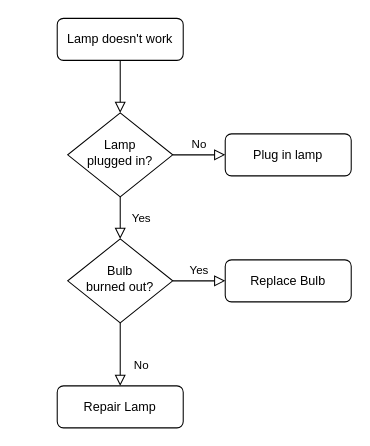
Before: algoritm ear.drawio in Un-ka/beta, a draw.io diagram. Source tidied: cells renumbered, new cells numbered last; positions are measured from the earlier drawing's top-left corner, leaving out a move shared by most shapes. Both pictures are drawn from the tidied source at 105%, with x=0, y=0 at pixel (57, 18).
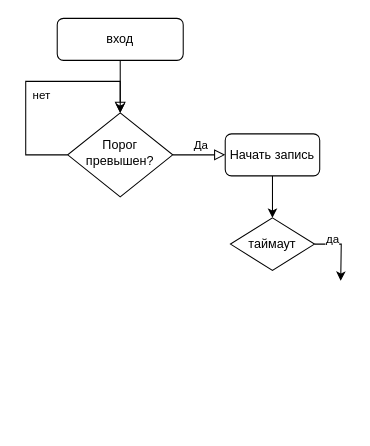
Above is the later version.

Diff of the diagram source:
```diff
@@
 <mxGraphModel>
   <root>
     <mxCell id="0" />
     <mxCell id="1" parent="0" />
     <mxCell id="2" style="rounded=0;html=1;jettySize=auto;fontSize=11;endArrow=block;endFill=0;endSize=8;strokeWidth=1;shadow=0;labelBackgroundColor=none;edgeStyle=orthogonalEdgeStyle;" parent="1" edge="1" source="3" target="6">
       <mxGeometry relative="1" as="geometry" />
     </mxCell>
-    <mxCell id="3" value="Lamp doesn't work" style="rounded=1;whiteSpace=wrap;html=1;fontSize=12;glass=0;strokeWidth=1;shadow=0;" parent="1" vertex="1">
+    <mxCell id="3" value="вход" style="rounded=1;whiteSpace=wrap;html=1;fontSize=12;glass=0;strokeWidth=1;shadow=0;" parent="1" vertex="1">
       <mxGeometry width="120" height="40" as="geometry" />
     </mxCell>
-    <mxCell id="4" value="Yes" style="rounded=0;html=1;jettySize=auto;fontSize=11;endArrow=block;endFill=0;endSize=8;strokeWidth=1;shadow=0;labelBackgroundColor=none;edgeStyle=orthogonalEdgeStyle;" parent="1" edge="1" source="6" target="10">
-      <mxGeometry y="20" relative="1" as="geometry" />
-    </mxCell>
-    <mxCell id="5" value="No" style="edgeStyle=orthogonalEdgeStyle;rounded=0;html=1;jettySize=auto;fontSize=11;endArrow=block;endFill=0;endSize=8;strokeWidth=1;shadow=0;labelBackgroundColor=none;" parent="1" edge="1" source="6" target="7">
-      <mxGeometry y="10" relative="1" as="geometry" />
+    <mxCell id="5" value="Да" style="edgeStyle=orthogonalEdgeStyle;rounded=0;html=1;jettySize=auto;fontSize=11;endArrow=block;endFill=0;endSize=8;strokeWidth=1;shadow=0;labelBackgroundColor=none;verticalAlign=bottom;align=right;" parent="1" edge="1" source="6">
+      <mxGeometry y="10" relative="1" as="geometry">
+        <mxPoint x="160" y="130" as="targetPoint" />
+      </mxGeometry>
     </mxCell>
+    <mxCell id="13" value="нет" style="edgeStyle=orthogonalEdgeStyle;rounded=0;jettySize=auto;html=1;align=left;verticalAlign=top;" parent="1" edge="1" source="6">
+      <mxGeometry relative="1" as="geometry">
+        <mxPoint x="60" y="90" as="targetPoint" />
+        <Array as="points">
+          <mxPoint x="-30" y="130" />
+          <mxPoint x="-30" y="60" />
+          <mxPoint x="60" y="60" />
+        </Array>
+      </mxGeometry>
+    </mxCell>
-    <mxCell id="6" value="Lamp&lt;br&gt;plugged in?" style="rhombus;whiteSpace=wrap;html=1;shadow=0;fontFamily=Helvetica;fontSize=12;align=center;strokeWidth=1;spacing=6;spacingTop=-4;" parent="1" vertex="1">
+    <mxCell id="6" value="Порог превышен?" style="rhombus;whiteSpace=wrap;html=1;shadow=0;fontFamily=Helvetica;fontSize=12;align=center;strokeWidth=1;spacing=6;spacingTop=-4;" parent="1" vertex="1">
       <mxGeometry x="10" y="90" width="100" height="80" as="geometry" />
     </mxCell>
-    <mxCell id="7" value="Plug in lamp" style="rounded=1;whiteSpace=wrap;html=1;fontSize=12;glass=0;strokeWidth=1;shadow=0;" parent="1" vertex="1">
-      <mxGeometry x="160" y="110" width="120" height="40" as="geometry" />
-    </mxCell>
-    <mxCell id="8" value="No" style="rounded=0;html=1;jettySize=auto;fontSize=11;endArrow=block;endFill=0;endSize=8;strokeWidth=1;shadow=0;labelBackgroundColor=none;edgeStyle=orthogonalEdgeStyle;" parent="1" edge="1" source="10" target="11">
-      <mxGeometry x="0.33" y="20" relative="1" as="geometry" />
-    </mxCell>
-    <mxCell id="9" value="Yes" style="edgeStyle=orthogonalEdgeStyle;rounded=0;html=1;jettySize=auto;fontSize=11;endArrow=block;endFill=0;endSize=8;strokeWidth=1;shadow=0;labelBackgroundColor=none;" parent="1" edge="1" source="10" target="12">
-      <mxGeometry y="10" relative="1" as="geometry" />
-    </mxCell>
-    <mxCell id="10" value="Bulb&lt;br&gt;burned out?" style="rhombus;whiteSpace=wrap;html=1;shadow=0;fontFamily=Helvetica;fontSize=12;align=center;strokeWidth=1;spacing=6;spacingTop=-4;" parent="1" vertex="1">
-      <mxGeometry x="10" y="210" width="100" height="80" as="geometry" />
-    </mxCell>
-    <mxCell id="11" value="Repair Lamp" style="rounded=1;whiteSpace=wrap;html=1;fontSize=12;glass=0;strokeWidth=1;shadow=0;" parent="1" vertex="1">
-      <mxGeometry y="350" width="120" height="40" as="geometry" />
-    </mxCell>
-    <mxCell id="12" value="Replace Bulb" style="rounded=1;whiteSpace=wrap;html=1;fontSize=12;glass=0;strokeWidth=1;shadow=0;" parent="1" vertex="1">
-      <mxGeometry x="160" y="230" width="120" height="40" as="geometry" />
-    </mxCell>
+    <mxCell id="14" style="edgeStyle=orthogonalEdgeStyle;rounded=0;jettySize=auto;html=1;" parent="1" edge="1" source="15">
+      <mxGeometry relative="1" as="geometry">
+        <mxPoint x="205" y="190" as="targetPoint" />
+      </mxGeometry>
+    </mxCell>
+    <mxCell id="15" value="Начать запись" style="rounded=1;whiteSpace=wrap;html=1;" parent="1" vertex="1">
+      <mxGeometry x="160" y="110" width="90" height="40" as="geometry" />
+    </mxCell>
+    <mxCell id="16" value="да" style="edgeStyle=orthogonalEdgeStyle;rounded=0;jettySize=auto;html=1;align=right;verticalAlign=bottom;" parent="1" edge="1" source="17">
+      <mxGeometry relative="1" as="geometry">
+        <mxPoint x="270" y="250" as="targetPoint" />
+      </mxGeometry>
+    </mxCell>
+    <mxCell id="17" value="таймаут" style="rhombus;whiteSpace=wrap;html=1;" parent="1" vertex="1">
+      <mxGeometry x="165" y="190" width="80" height="50" as="geometry" />
+    </mxCell>
   </root>
 </mxGraphModel>
```
